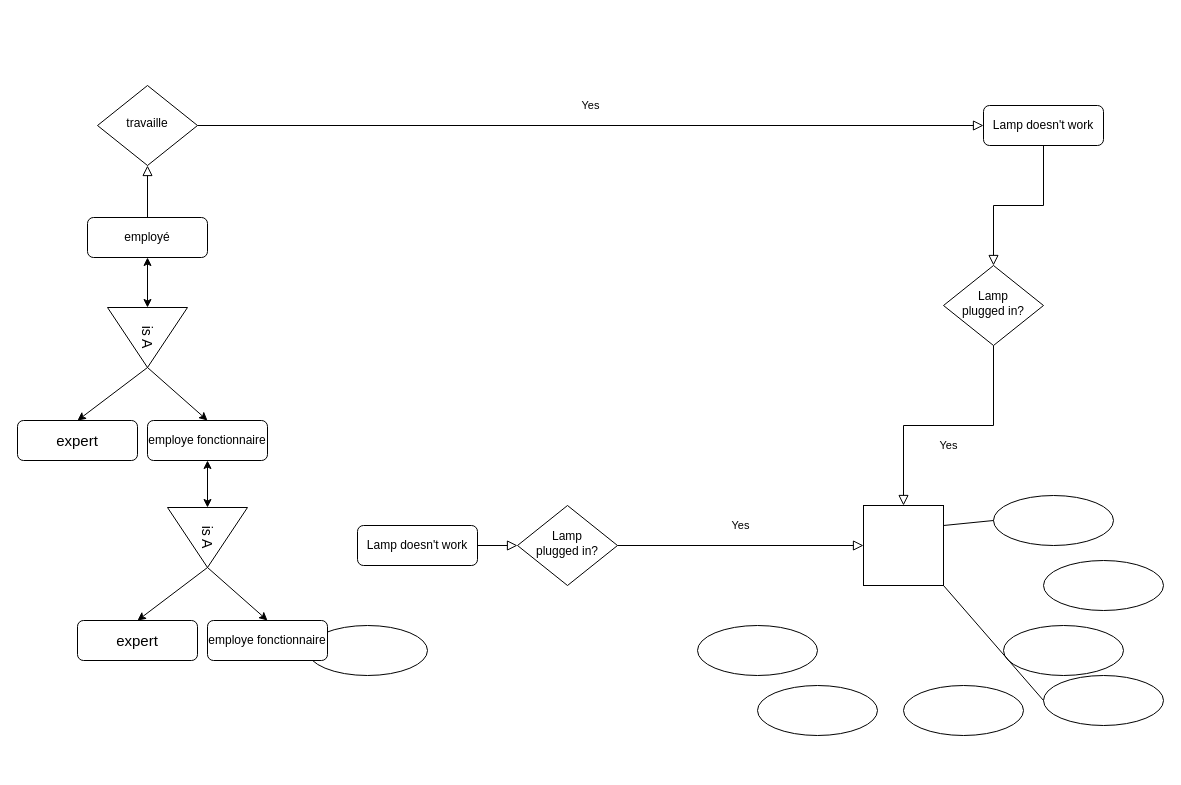
The draw.io diagram Untitled Diagram.drawio in Ayoub-Vip/data-bases, before the edit. Source tidied: cells renumbered, new cells numbered last; positions are measured from the earlier drawing's top-left corner, leaving out a move shared by most shapes. Both pictures are drawn from the tidied source at 100%, with x=0, y=0 at pixel (17, 85).
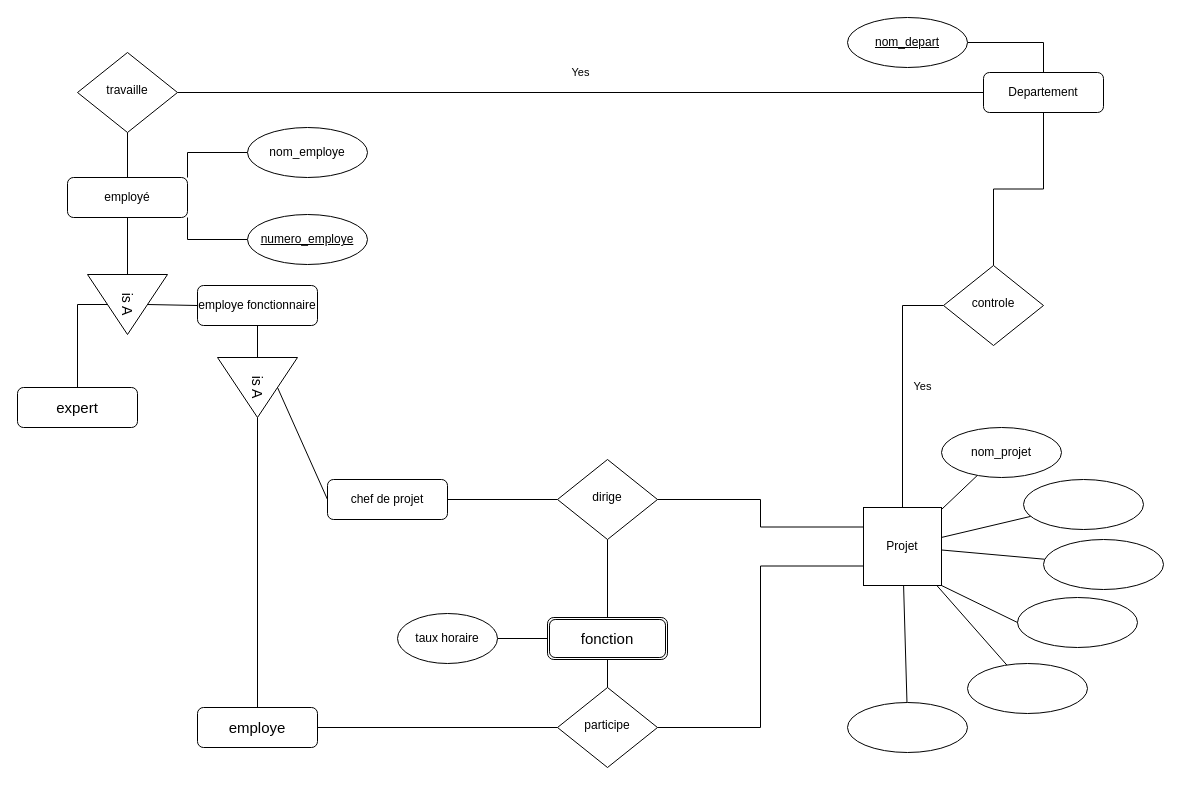
The same page after the edit.

What changed in the source:
```diff
@@
-    <mxCell id="2" style="rounded=0;html=1;jettySize=auto;fontSize=11;endArrow=block;endFill=0;endSize=8;strokeWidth=1;shadow=0;labelBackgroundColor=none;edgeStyle=orthogonalEdgeStyle;" parent="1" edge="1" source="3" target="5">
+    <mxCell id="2" style="rounded=0;html=1;jettySize=auto;fontSize=11;endArrow=none;endFill=0;endSize=8;strokeWidth=1;shadow=0;labelBackgroundColor=none;edgeStyle=orthogonalEdgeStyle;" parent="1" edge="1" source="3" target="5">
       <mxGeometry relative="1" as="geometry" />
     </mxCell>
-    <mxCell id="3" value="Lamp doesn't work" style="rounded=1;whiteSpace=wrap;html=1;fontSize=12;glass=0;strokeWidth=1;shadow=0;" parent="1" vertex="1">
-      <mxGeometry x="966" y="20" width="120" height="40" as="geometry" />
+    <mxCell id="3" value="Departement" style="rounded=1;whiteSpace=wrap;html=1;fontSize=12;glass=0;strokeWidth=1;shadow=0;" parent="1" vertex="1">
+      <mxGeometry x="966" y="-13" width="120" height="40" as="geometry" />
     </mxCell>
-    <mxCell id="4" value="Yes" style="rounded=0;html=1;jettySize=auto;fontSize=11;endArrow=block;endFill=0;endSize=8;strokeWidth=1;shadow=0;labelBackgroundColor=none;edgeStyle=orthogonalEdgeStyle;" parent="1" edge="1" source="5" target="6">
+    <mxCell id="4" value="Yes" style="rounded=0;html=1;jettySize=auto;fontSize=11;endArrow=none;endFill=0;endSize=8;strokeWidth=1;shadow=0;labelBackgroundColor=none;edgeStyle=orthogonalEdgeStyle;" parent="1" edge="1" source="5" target="6">
       <mxGeometry y="20" relative="1" as="geometry" />
     </mxCell>
-    <mxCell id="5" value="Lamp&lt;br&gt;plugged in?" style="rhombus;whiteSpace=wrap;html=1;shadow=0;fontFamily=Helvetica;fontSize=12;align=center;strokeWidth=1;spacing=6;spacingTop=-4;" parent="1" vertex="1">
+    <mxCell id="5" value="controle" style="rhombus;whiteSpace=wrap;html=1;shadow=0;fontFamily=Helvetica;fontSize=12;align=center;strokeWidth=1;spacing=6;spacingTop=-4;" parent="1" vertex="1">
       <mxGeometry x="926" y="180" width="100" height="80" as="geometry" />
     </mxCell>
+    <mxCell id="36" style="rounded=0;jettySize=auto;html=1;fontSize=15;startArrow=none;startFill=0;endArrow=none;endFill=0;" parent="1" edge="1" source="6" target="8">
+      <mxGeometry relative="1" as="geometry" />
+    </mxCell>
+    <mxCell id="37" style="rounded=0;jettySize=auto;html=1;fontSize=15;startArrow=none;startFill=0;endArrow=none;endFill=0;" parent="1" edge="1" source="6" target="10">
+      <mxGeometry relative="1" as="geometry" />
+    </mxCell>
+    <mxCell id="38" style="rounded=0;jettySize=auto;html=1;fontSize=15;startArrow=none;startFill=0;endArrow=none;endFill=0;" parent="1" edge="1" source="6" target="11">
+      <mxGeometry relative="1" as="geometry" />
+    </mxCell>
-    <mxCell id="6" style="whiteSpace=wrap;html=1;" parent="1" vertex="1">
-      <mxGeometry x="846" y="420" width="80" height="80" as="geometry" />
+    <mxCell id="6" value="Projet" style="whiteSpace=wrap;html=1;" parent="1" vertex="1">
+      <mxGeometry x="846" y="422" width="78" height="78" as="geometry" />
     </mxCell>
+    <mxCell id="39" style="edgeStyle=none;rounded=0;jettySize=auto;html=1;fontSize=15;startArrow=none;startFill=0;endArrow=none;endFill=0;" parent="1" edge="1" source="7" target="6">
+      <mxGeometry relative="1" as="geometry" />
+    </mxCell>
     <mxCell id="7" style="ellipse;whiteSpace=wrap;html=1;" parent="1" vertex="1">
-      <mxGeometry x="1026" y="475" width="120" height="50" as="geometry" />
+      <mxGeometry x="1006" y="394" width="120" height="50" as="geometry" />
     </mxCell>
-    <mxCell id="8" style="ellipse;whiteSpace=wrap;html=1;" parent="1" vertex="1">
-      <mxGeometry x="976" y="410" width="120" height="50" as="geometry" />
+    <mxCell id="8" value="nom_projet" style="ellipse;whiteSpace=wrap;html=1;" parent="1" vertex="1">
+      <mxGeometry x="924" y="342" width="120" height="50" as="geometry" />
     </mxCell>
-    <mxCell id="9" style="ellipse;whiteSpace=wrap;html=1;" parent="1" vertex="1">
-      <mxGeometry x="680" y="540" width="120" height="50" as="geometry" />
-    </mxCell>
     <mxCell id="10" style="ellipse;whiteSpace=wrap;html=1;" parent="1" vertex="1">
-      <mxGeometry x="986" y="540" width="120" height="50" as="geometry" />
+      <mxGeometry x="1026" y="454" width="120" height="50" as="geometry" />
     </mxCell>
     <mxCell id="11" style="ellipse;whiteSpace=wrap;html=1;" parent="1" vertex="1">
-      <mxGeometry x="886" y="600" width="120" height="50" as="geometry" />
+      <mxGeometry x="950" y="578" width="120" height="50" as="geometry" />
     </mxCell>
+    <mxCell id="40" style="edgeStyle=none;rounded=0;jettySize=auto;html=1;fontSize=15;startArrow=none;startFill=0;endArrow=none;endFill=0;" parent="1" edge="1" source="12" target="6">
+      <mxGeometry relative="1" as="geometry" />
+    </mxCell>
     <mxCell id="12" style="ellipse;whiteSpace=wrap;html=1;" parent="1" vertex="1">
-      <mxGeometry x="740" y="600" width="120" height="50" as="geometry" />
+      <mxGeometry x="830" y="617" width="120" height="50" as="geometry" />
     </mxCell>
-    <mxCell id="13" style="endArrow=none;html=1;rounded=0;entryX=1;entryY=0.25;entryDx=0;entryDy=0;exitX=0;exitY=0.5;exitDx=0;exitDy=0;" parent="1" edge="1" source="8" target="6">
-      <mxGeometry relative="1" as="geometry" />
-    </mxCell>
-    <mxCell id="14" style="rounded=0;html=1;jettySize=auto;fontSize=11;endArrow=block;endFill=0;endSize=8;strokeWidth=1;shadow=0;labelBackgroundColor=none;edgeStyle=orthogonalEdgeStyle;" parent="1" edge="1" source="15" target="17">
+    <mxCell id="14" style="rounded=0;html=1;jettySize=auto;fontSize=11;endArrow=none;endFill=0;endSize=8;strokeWidth=1;shadow=0;labelBackgroundColor=none;edgeStyle=orthogonalEdgeStyle;exitX=1;exitY=0.5;exitDx=0;exitDy=0;" parent="1" edge="1" source="35" target="17">
       <mxGeometry relative="1" as="geometry" />
     </mxCell>
-    <mxCell id="15" value="Lamp doesn't work" style="rounded=1;whiteSpace=wrap;html=1;fontSize=12;glass=0;strokeWidth=1;shadow=0;" parent="1" vertex="1">
-      <mxGeometry x="340" y="440" width="120" height="40" as="geometry" />
-    </mxCell>
-    <mxCell id="16" value="Yes" style="rounded=0;html=1;jettySize=auto;fontSize=11;endArrow=block;endFill=0;endSize=8;strokeWidth=1;shadow=0;labelBackgroundColor=none;edgeStyle=orthogonalEdgeStyle;entryX=0;entryY=0.5;entryDx=0;entryDy=0;" parent="1" edge="1" source="17" target="6">
-      <mxGeometry y="20" relative="1" as="geometry" />
-    </mxCell>
-    <mxCell id="17" value="Lamp&lt;br&gt;plugged in?" style="rhombus;whiteSpace=wrap;html=1;shadow=0;fontFamily=Helvetica;fontSize=12;align=center;strokeWidth=1;spacing=6;spacingTop=-4;" parent="1" vertex="1">
-      <mxGeometry x="500" y="420" width="100" height="80" as="geometry" />
+    <mxCell id="17" value="dirige" style="rhombus;whiteSpace=wrap;html=1;shadow=0;fontFamily=Helvetica;fontSize=12;align=center;strokeWidth=1;spacing=6;spacingTop=-4;" parent="1" vertex="1">
+      <mxGeometry x="540" y="374" width="100" height="80" as="geometry" />
     </mxCell>
+    <mxCell id="41" style="edgeStyle=orthogonalEdgeStyle;rounded=0;jettySize=auto;html=1;fontSize=15;startArrow=none;startFill=0;endArrow=none;endFill=0;" parent="1" edge="1" source="18" target="52">
+      <mxGeometry relative="1" as="geometry" />
+    </mxCell>
-    <mxCell id="18" style="ellipse;whiteSpace=wrap;html=1;" parent="1" vertex="1">
-      <mxGeometry x="290" y="540" width="120" height="50" as="geometry" />
+    <mxCell id="18" value="taux horaire" style="ellipse;whiteSpace=wrap;html=1;" parent="1" vertex="1">
+      <mxGeometry x="380" y="528" width="100" height="50" as="geometry" />
     </mxCell>
-    <mxCell id="19" style="endArrow=none;html=1;rounded=0;entryX=1;entryY=0.25;entryDx=0;entryDy=0;exitX=0;exitY=0.5;exitDx=0;exitDy=0;" parent="1" edge="1" source="18">
-      <mxGeometry relative="1" as="geometry">
-        <mxPoint x="240" y="570" as="targetPoint" />
-      </mxGeometry>
-    </mxCell>
+    <mxCell id="42" style="edgeStyle=orthogonalEdgeStyle;rounded=0;jettySize=auto;html=1;fontSize=15;startArrow=none;startFill=0;endArrow=none;endFill=0;" parent="1" edge="1" source="21" target="26">
+      <mxGeometry relative="1" as="geometry" />
+    </mxCell>
-    <mxCell id="20" style="rounded=0;html=1;jettySize=auto;fontSize=11;endArrow=block;endFill=0;endSize=8;strokeWidth=1;shadow=0;labelBackgroundColor=none;edgeStyle=orthogonalEdgeStyle;" parent="1" edge="1" source="21" target="23">
+    <mxCell id="20" style="edgeStyle=orthogonalEdgeStyle;rounded=0;jettySize=auto;html=1;fontSize=15;startArrow=none;startFill=0;endArrow=none;endFill=0;" parent="1" edge="1" source="21" target="23">
       <mxGeometry relative="1" as="geometry" />
     </mxCell>
     <mxCell id="21" value="employé" style="rounded=1;whiteSpace=wrap;html=1;fontSize=12;glass=0;strokeWidth=1;shadow=0;" parent="1" vertex="1">
-      <mxGeometry x="70" y="132" width="120" height="40" as="geometry" />
+      <mxGeometry x="50" y="92" width="120" height="40" as="geometry" />
     </mxCell>
-    <mxCell id="22" value="Yes" style="rounded=0;html=1;jettySize=auto;fontSize=11;endArrow=block;endFill=0;endSize=8;strokeWidth=1;shadow=0;labelBackgroundColor=none;edgeStyle=orthogonalEdgeStyle;entryX=0;entryY=0.5;entryDx=0;entryDy=0;" parent="1" edge="1" source="23" target="3">
+    <mxCell id="22" value="Yes" style="rounded=0;html=1;jettySize=auto;fontSize=11;endArrow=none;endFill=0;endSize=8;strokeWidth=1;shadow=0;labelBackgroundColor=none;edgeStyle=orthogonalEdgeStyle;entryX=0;entryY=0.5;entryDx=0;entryDy=0;" parent="1" edge="1" source="23" target="3">
       <mxGeometry y="20" relative="1" as="geometry" />
     </mxCell>
     <mxCell id="23" value="travaille" style="rhombus;whiteSpace=wrap;html=1;shadow=0;fontFamily=Helvetica;fontSize=12;align=center;strokeWidth=1;spacing=6;spacingTop=-4;" parent="1" vertex="1">
-      <mxGeometry x="80" width="100" height="80" as="geometry" />
+      <mxGeometry x="60" y="-33" width="100" height="80" as="geometry" />
     </mxCell>
     <mxCell id="24" style="ellipse;whiteSpace=wrap;html=1;" parent="1" vertex="1">
-      <mxGeometry x="1026" y="590" width="120" height="50" as="geometry" />
+      <mxGeometry x="1000" y="512" width="120" height="50" as="geometry" />
     </mxCell>
@@
     <mxCell id="26" value="&lt;font style=&quot;font-size: 14px ; line-height: 1&quot;&gt;is A&lt;/font&gt;" style="triangle;whiteSpace=wrap;html=1;rotation=90;" parent="1" vertex="1">
-      <mxGeometry x="100" y="212" width="60" height="80" as="geometry" />
+      <mxGeometry x="80" y="179" width="60" height="80" as="geometry" />
     </mxCell>
-    <mxCell id="27" style="endArrow=classic;startArrow=classic;html=1;rounded=0;entryX=0.5;entryY=1;entryDx=0;entryDy=0;exitX=0;exitY=0.5;exitDx=0;exitDy=0;" parent="1" edge="1" source="26" target="21">
-      <mxGeometry relative="1" as="geometry" />
-    </mxCell>
-    <mxCell id="28" style="endArrow=classic;startArrow=classic;html=1;rounded=0;fontSize=14;entryX=0.5;entryY=0;entryDx=0;entryDy=0;exitX=0.5;exitY=0;exitDx=0;exitDy=0;" parent="1" edge="1" source="29" target="30">
-      <mxGeometry relative="1" as="geometry">
-        <Array as="points">
-          <mxPoint x="130" y="282" />
-        </Array>
-      </mxGeometry>
-    </mxCell>
     <mxCell id="29" value="&lt;font style=&quot;font-size: 15px&quot;&gt;expert&lt;/font&gt;" style="rounded=1;whiteSpace=wrap;html=1;fontSize=12;glass=0;strokeWidth=1;shadow=0;" parent="1" vertex="1">
-      <mxGeometry y="335" width="120" height="40" as="geometry" />
+      <mxGeometry y="302" width="120" height="40" as="geometry" />
     </mxCell>
     <mxCell id="30" value="employe fonctionnaire" style="rounded=1;whiteSpace=wrap;html=1;fontSize=12;glass=0;strokeWidth=1;shadow=0;" parent="1" vertex="1">
-      <mxGeometry x="130" y="335" width="120" height="40" as="geometry" />
+      <mxGeometry x="180" y="200" width="120" height="40" as="geometry" />
     </mxCell>
     <mxCell id="31" value="&lt;font style=&quot;font-size: 14px ; line-height: 1&quot;&gt;is A&lt;/font&gt;" style="triangle;whiteSpace=wrap;html=1;rotation=90;" parent="1" vertex="1">
-      <mxGeometry x="160" y="412" width="60" height="80" as="geometry" />
+      <mxGeometry x="210" y="262" width="60" height="80" as="geometry" />
     </mxCell>
-    <mxCell id="32" style="endArrow=classic;startArrow=classic;html=1;rounded=0;entryX=0.5;entryY=1;entryDx=0;entryDy=0;exitX=0;exitY=0.5;exitDx=0;exitDy=0;" parent="1" edge="1" source="31" target="30">
-      <mxGeometry relative="1" as="geometry" />
-    </mxCell>
-    <mxCell id="33" style="endArrow=classic;startArrow=classic;html=1;rounded=0;fontSize=14;entryX=0.5;entryY=0;entryDx=0;entryDy=0;exitX=0.5;exitY=0;exitDx=0;exitDy=0;" parent="1" edge="1" source="34" target="35">
-      <mxGeometry relative="1" as="geometry">
-        <Array as="points">
-          <mxPoint x="190" y="482" />
-        </Array>
-      </mxGeometry>
-    </mxCell>
-    <mxCell id="34" value="&lt;font style=&quot;font-size: 15px&quot;&gt;expert&lt;/font&gt;" style="rounded=1;whiteSpace=wrap;html=1;fontSize=12;glass=0;strokeWidth=1;shadow=0;" parent="1" vertex="1">
-      <mxGeometry x="60" y="535" width="120" height="40" as="geometry" />
+    <mxCell id="34" value="&lt;font style=&quot;font-size: 15px&quot;&gt;employe&lt;/font&gt;" style="rounded=1;whiteSpace=wrap;html=1;fontSize=12;glass=0;strokeWidth=1;shadow=0;" parent="1" vertex="1">
+      <mxGeometry x="180" y="622" width="120" height="40" as="geometry" />
     </mxCell>
-    <mxCell id="35" value="employe fonctionnaire" style="rounded=1;whiteSpace=wrap;html=1;fontSize=12;glass=0;strokeWidth=1;shadow=0;" parent="1" vertex="1">
-      <mxGeometry x="190" y="535" width="120" height="40" as="geometry" />
+    <mxCell id="35" value="chef de projet" style="rounded=1;whiteSpace=wrap;html=1;fontSize=12;glass=0;strokeWidth=1;shadow=0;" parent="1" vertex="1">
+      <mxGeometry x="310" y="394" width="120" height="40" as="geometry" />
     </mxCell>
+    <mxCell id="43" style="endArrow=none;startArrow=none;html=1;rounded=0;fontSize=15;exitX=0.5;exitY=0;exitDx=0;exitDy=0;entryX=0;entryY=0.5;entryDx=0;entryDy=0;startFill=0;endFill=0;" parent="1" edge="1" source="26" target="30">
+      <mxGeometry relative="1" as="geometry" />
+    </mxCell>
+    <mxCell id="44" style="endArrow=none;html=1;rounded=0;fontSize=15;entryX=0.5;entryY=1;entryDx=0;entryDy=0;exitX=0.5;exitY=0;exitDx=0;exitDy=0;" parent="1" edge="1" source="29" target="26">
+      <mxGeometry relative="1" as="geometry">
+        <Array as="points">
+          <mxPoint x="60" y="219" />
+        </Array>
+      </mxGeometry>
+    </mxCell>
+    <mxCell id="45" style="endArrow=none;html=1;rounded=0;fontSize=15;exitX=0.5;exitY=0;exitDx=0;exitDy=0;entryX=0;entryY=0.5;entryDx=0;entryDy=0;" parent="1" edge="1" source="31" target="35">
+      <mxGeometry relative="1" as="geometry" />
+    </mxCell>
+    <mxCell id="46" style="endArrow=none;html=1;rounded=0;fontSize=15;exitX=1;exitY=0.5;exitDx=0;exitDy=0;entryX=0.5;entryY=0;entryDx=0;entryDy=0;" parent="1" edge="1" source="31" target="34">
+      <mxGeometry relative="1" as="geometry" />
+    </mxCell>
+    <mxCell id="47" style="endArrow=none;html=1;rounded=0;fontSize=15;entryX=1;entryY=0.5;entryDx=0;entryDy=0;exitX=0;exitY=0.25;exitDx=0;exitDy=0;edgeStyle=orthogonalEdgeStyle;" parent="1" edge="1" source="6" target="17">
+      <mxGeometry relative="1" as="geometry" />
+    </mxCell>
+    <mxCell id="48" value="participe" style="rhombus;whiteSpace=wrap;html=1;shadow=0;fontFamily=Helvetica;fontSize=12;align=center;strokeWidth=1;spacing=6;spacingTop=-4;" parent="1" vertex="1">
+      <mxGeometry x="540" y="602" width="100" height="80" as="geometry" />
+    </mxCell>
+    <mxCell id="49" style="endArrow=none;html=1;rounded=0;fontSize=15;entryX=1;entryY=0.5;entryDx=0;entryDy=0;exitX=0;exitY=0.75;exitDx=0;exitDy=0;edgeStyle=orthogonalEdgeStyle;" parent="1" edge="1" source="6" target="48">
+      <mxGeometry relative="1" as="geometry" />
+    </mxCell>
+    <mxCell id="50" style="edgeStyle=orthogonalEdgeStyle;rounded=0;jettySize=auto;html=1;fontSize=15;startArrow=none;startFill=0;endArrow=none;endFill=0;" parent="1" edge="1" source="52" target="48">
+      <mxGeometry relative="1" as="geometry" />
+    </mxCell>
+    <mxCell id="51" style="edgeStyle=orthogonalEdgeStyle;rounded=0;jettySize=auto;html=1;fontSize=15;startArrow=none;startFill=0;endArrow=none;endFill=0;" parent="1" edge="1" source="52" target="17">
+      <mxGeometry relative="1" as="geometry" />
+    </mxCell>
+    <mxCell id="52" value="fonction" style="shape=ext;double=1;rounded=1;whiteSpace=wrap;html=1;fontSize=15;" parent="1" vertex="1">
+      <mxGeometry x="530" y="532" width="120" height="42" as="geometry" />
+    </mxCell>
+    <mxCell id="53" style="endArrow=none;html=1;rounded=0;fontSize=15;exitX=1;exitY=0.5;exitDx=0;exitDy=0;entryX=0;entryY=0.5;entryDx=0;entryDy=0;" parent="1" edge="1" source="34" target="48">
+      <mxGeometry relative="1" as="geometry" />
+    </mxCell>
+    <mxCell id="32" style="endArrow=none;html=1;rounded=0;fontSize=15;entryX=0.5;entryY=1;entryDx=0;entryDy=0;exitX=0;exitY=0.5;exitDx=0;exitDy=0;" parent="1" edge="1" source="31" target="30">
+      <mxGeometry relative="1" as="geometry" />
+    </mxCell>
+    <mxCell id="54" style="edgeStyle=orthogonalEdgeStyle;rounded=0;jettySize=auto;html=1;fontSize=15;startArrow=none;startFill=0;endArrow=none;endFill=0;" parent="1" edge="1" source="55" target="3">
+      <mxGeometry relative="1" as="geometry" />
+    </mxCell>
+    <mxCell id="55" value="&lt;u&gt;nom_depart&lt;/u&gt;" style="ellipse;whiteSpace=wrap;html=1;" parent="1" vertex="1">
+      <mxGeometry x="830" y="-68" width="120" height="50" as="geometry" />
+    </mxCell>
+    <mxCell id="56" style="edgeStyle=orthogonalEdgeStyle;rounded=0;jettySize=auto;html=1;entryX=1;entryY=0;entryDx=0;entryDy=0;fontSize=15;startArrow=none;startFill=0;endArrow=none;endFill=0;" parent="1" edge="1" source="57" target="21">
+      <mxGeometry relative="1" as="geometry" />
+    </mxCell>
+    <mxCell id="57" value="nom_employe" style="ellipse;whiteSpace=wrap;html=1;" parent="1" vertex="1">
+      <mxGeometry x="230" y="42" width="120" height="50" as="geometry" />
+    </mxCell>
+    <mxCell id="58" style="edgeStyle=orthogonalEdgeStyle;rounded=0;jettySize=auto;html=1;exitX=0;exitY=0.5;exitDx=0;exitDy=0;entryX=1;entryY=1;entryDx=0;entryDy=0;fontSize=15;startArrow=none;startFill=0;endArrow=none;endFill=0;" parent="1" edge="1" source="59" target="21">
+      <mxGeometry relative="1" as="geometry" />
+    </mxCell>
+    <mxCell id="59" value="&lt;u&gt;numero_employe&lt;/u&gt;" style="ellipse;whiteSpace=wrap;html=1;" parent="1" vertex="1">
+      <mxGeometry x="230" y="129" width="120" height="50" as="geometry" />
+    </mxCell>
```
